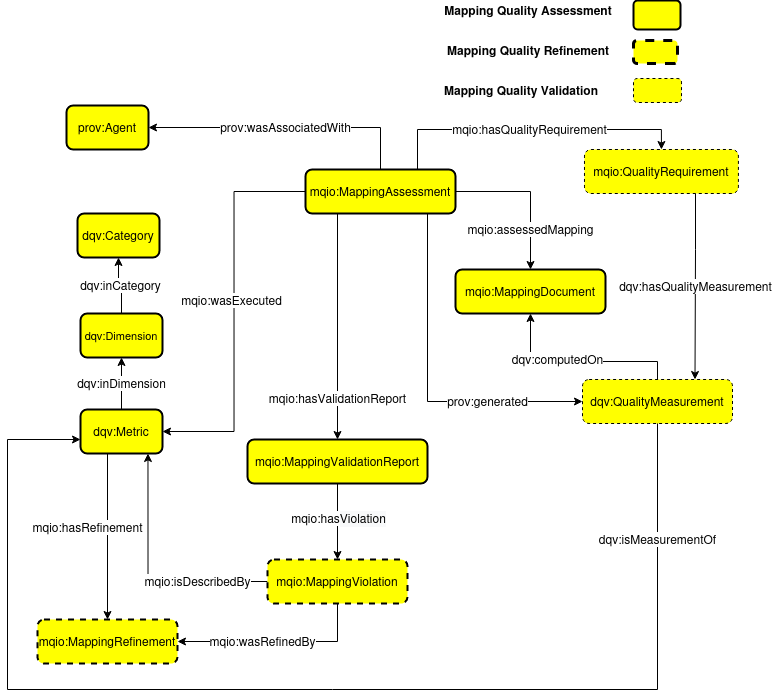
The draw.io diagram images/model.png in alex-randles/MQIO, before a commit. Source tidied: cells renumbered, new cells last; positions are measured from the earlier drawing's top-left corner, leaving out a move shared by most shapes.
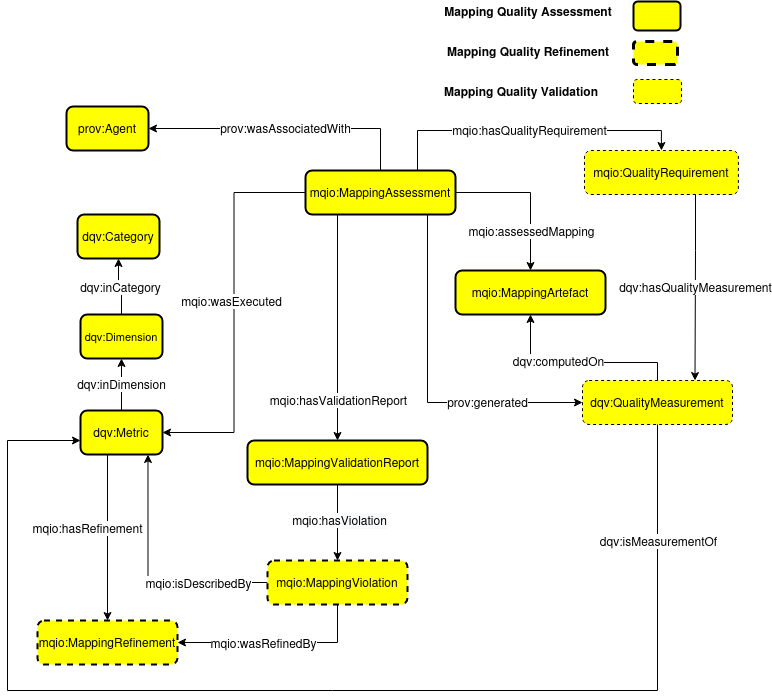
The same diagram one commit later.

What changed in the source:
```diff
@@ -82,7 +82,7 @@
     <mxCell id="18" value="mqio:MappingAssessment" style="graphMlID=n4;shape=rect;rounded=1;arcsize=30;fillColor=#ffff00;strokeColor=#000000;strokeWidth=2;" parent="1" vertex="1">
       <mxGeometry x="298" y="169" width="150" height="44" as="geometry" />
     </mxCell>
-    <mxCell id="19" value="mqio:MappingDocument" style="graphMlID=n4;shape=rect;rounded=1;arcsize=30;fillColor=#ffff00;strokeColor=#000000;strokeWidth=2;" parent="1" vertex="1">
+    <mxCell id="19" value="mqio:MappingArtefact" style="graphMlID=n4;shape=rect;rounded=1;arcsize=30;fillColor=#ffff00;strokeColor=#000000;strokeWidth=2;" parent="1" vertex="1">
       <mxGeometry x="448" y="269" width="150" height="44" as="geometry" />
     </mxCell>
     <mxCell id="20" value="prov:Agent" style="graphMlID=n4;shape=rect;rounded=1;arcsize=30;fillColor=#ffff00;strokeColor=#000000;strokeWidth=2;flipV=1;flipH=1;" parent="1" vertex="1">
```
